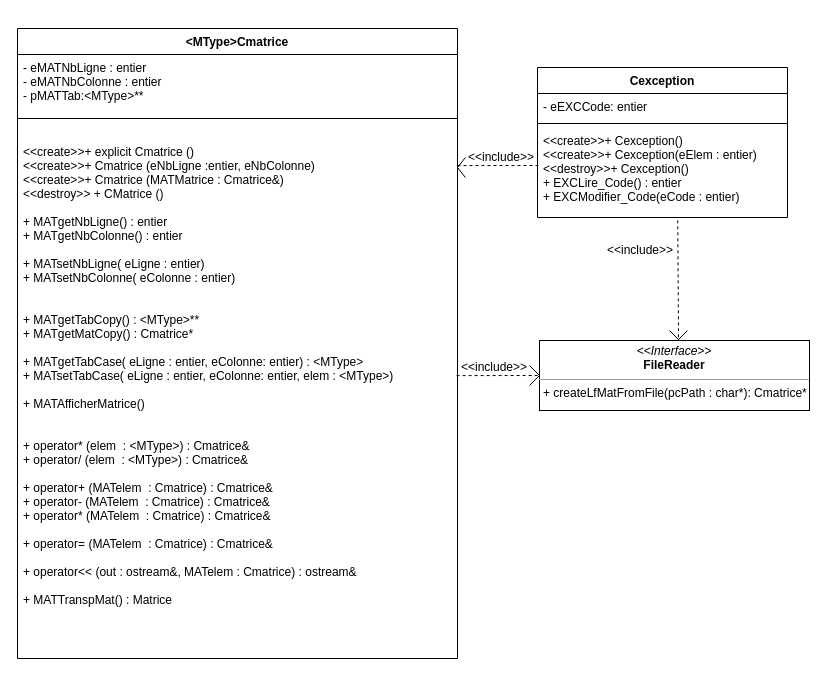
Before: ClassDiagram.drawio in Banalian/ProjetTutCpp, a draw.io diagram. Source tidied: cells renumbered, new cells numbered last; positions are measured from the earlier drawing's top-left corner, leaving out a move shared by most shapes. Both pictures are drawn from the tidied source at 100%, with x=0, y=0 at pixel (17, 28).
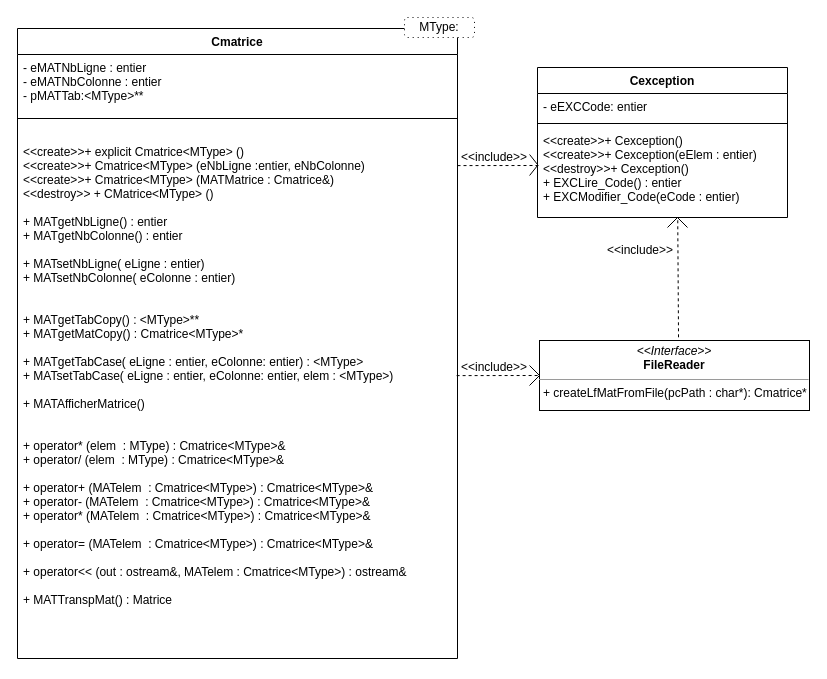
The same diagram, later.

Unchanged cells that the change refers to:
```xml
<mxCell id="6" value="Cexception" style="swimlane;fontStyle=1;align=center;verticalAlign=top;horizontal=1;startSize=26;" parent="1" vertex="1">
  <mxGeometry x="520" y="39" width="250" height="150" as="geometry" />
</mxCell>
```

Change to the diagram source:
```diff
@@
-    <mxCell id="2" value="&lt;MType&gt;Cmatrice" style="swimlane;fontStyle=1;align=center;verticalAlign=top;horizontal=1;startSize=26;" parent="1" vertex="1">
+    <mxCell id="2" value="Cmatrice" style="swimlane;fontStyle=1;align=center;verticalAlign=top;horizontal=1;startSize=26;" parent="1" vertex="1">
       <mxGeometry width="440" height="630" as="geometry" />
     </mxCell>
@@
-    <mxCell id="5" value="&lt;&lt;create&gt;&gt;+ explicit Cmatrice ()&#10;&lt;&lt;create&gt;&gt;+ Cmatrice (eNbLigne :entier, eNbColonne)&#10;&lt;&lt;create&gt;&gt;+ Cmatrice (MATMatrice : Cmatrice&amp;)&#10;&lt;&lt;destroy&gt;&gt; + CMatrice ()&#10;&#10;+ MATgetNbLigne() : entier&#10;+ MATgetNbColonne() : entier&#10;&#10;+ MATsetNbLigne( eLigne : entier)&#10;+ MATsetNbColonne( eColonne : entier)&#10;&#10;&#10;+ MATgetTabCopy() : &lt;MType&gt;**&#10;+ MATgetMatCopy() : Cmatrice*&#10;&#10;+ MATgetTabCase( eLigne : entier, eColonne: entier) : &lt;MType&gt;&#10;+ MATsetTabCase( eLigne : entier, eColonne: entier, elem : &lt;MType&gt;)&#10;&#10;+ MATAfficherMatrice()&#10;&#10;&#10;+ operator* (elem  : &lt;MType&gt;) : Cmatrice&amp;&#10;+ operator/ (elem  : &lt;MType&gt;) : Cmatrice&amp;&#10;&#10;+ operator+ (MATelem  : Cmatrice) : Cmatrice&amp;&#10;+ operator- (MATelem  : Cmatrice) : Cmatrice&amp;&#10;+ operator* (MATelem  : Cmatrice) : Cmatrice&amp;&#10;&#10;+ operator= (MATelem  : Cmatrice) : Cmatrice&amp;&#10;&#10;+ operator&lt;&lt; (out : ostream&amp;, MATelem : Cmatrice) : ostream&amp;&#10;&#10;+ MATTranspMat() : Matrice&#10;" style="text;strokeColor=none;fillColor=none;align=left;verticalAlign=top;spacingLeft=4;spacingRight=4;overflow=hidden;points=[[0,0.5],[1,0.5]];portConstraint=eastwest;" parent="2" vertex="1">
+    <mxCell id="5" value="&lt;&lt;create&gt;&gt;+ explicit Cmatrice&lt;MType&gt; ()&#10;&lt;&lt;create&gt;&gt;+ Cmatrice&lt;MType&gt; (eNbLigne :entier, eNbColonne)&#10;&lt;&lt;create&gt;&gt;+ Cmatrice&lt;MType&gt; (MATMatrice : Cmatrice&amp;)&#10;&lt;&lt;destroy&gt;&gt; + CMatrice&lt;MType&gt; ()&#10;&#10;+ MATgetNbLigne() : entier&#10;+ MATgetNbColonne() : entier&#10;&#10;+ MATsetNbLigne( eLigne : entier)&#10;+ MATsetNbColonne( eColonne : entier)&#10;&#10;&#10;+ MATgetTabCopy() : &lt;MType&gt;**&#10;+ MATgetMatCopy() : Cmatrice&lt;MType&gt;*&#10;&#10;+ MATgetTabCase( eLigne : entier, eColonne: entier) : &lt;MType&gt;&#10;+ MATsetTabCase( eLigne : entier, eColonne: entier, elem : &lt;MType&gt;)&#10;&#10;+ MATAfficherMatrice()&#10;&#10;&#10;+ operator* (elem  : MType) : Cmatrice&lt;MType&gt;&amp;&#10;+ operator/ (elem  : MType) : Cmatrice&lt;MType&gt;&amp;&#10;&#10;+ operator+ (MATelem  : Cmatrice&lt;MType&gt;) : Cmatrice&lt;MType&gt;&amp;&#10;+ operator- (MATelem  : Cmatrice&lt;MType&gt;) : Cmatrice&lt;MType&gt;&amp;&#10;+ operator* (MATelem  : Cmatrice&lt;MType&gt;) : Cmatrice&lt;MType&gt;&amp;&#10;&#10;+ operator= (MATelem  : Cmatrice&lt;MType&gt;) : Cmatrice&lt;MType&gt;&amp;&#10;&#10;+ operator&lt;&lt; (out : ostream&amp;, MATelem : Cmatrice&lt;MType&gt;) : ostream&amp;&#10;&#10;+ MATTranspMat() : Matrice&#10;" style="text;strokeColor=none;fillColor=none;align=left;verticalAlign=top;spacingLeft=4;spacingRight=4;overflow=hidden;points=[[0,0.5],[1,0.5]];portConstraint=eastwest;" parent="2" vertex="1">
       <mxGeometry y="110" width="440" height="520" as="geometry" />
     </mxCell>
@@
+    <mxCell id="22" style="endArrow=none;html=1;" parent="6" edge="1">
+      <mxGeometry relative="1" as="geometry">
+        <mxPoint x="140" y="150" as="sourcePoint" />
+        <mxPoint x="130" y="160" as="targetPoint" />
+      </mxGeometry>
+    </mxCell>
@@
     <mxCell id="16" value="&amp;lt;&amp;lt;include&amp;gt;&amp;gt;" style="text;html=1;strokeColor=none;fillColor=none;align=center;verticalAlign=middle;whiteSpace=wrap;rounded=0;" parent="1" vertex="1">
-      <mxGeometry x="463.9" y="119" width="40" height="20" as="geometry" />
+      <mxGeometry x="456.9" y="119" width="40" height="20" as="geometry" />
     </mxCell>
     <mxCell id="17" style="endArrow=none;html=1;" parent="1" edge="1">
       <mxGeometry relative="1" as="geometry">
-        <mxPoint x="447.9" y="129" as="sourcePoint" />
-        <mxPoint x="440" y="139" as="targetPoint" />
+        <mxPoint x="520" y="137" as="sourcePoint" />
+        <mxPoint x="512.1" y="147" as="targetPoint" />
       </mxGeometry>
     </mxCell>
     <mxCell id="18" style="endArrow=none;html=1;" parent="1" edge="1">
       <mxGeometry relative="1" as="geometry">
-        <mxPoint x="440" y="139" as="sourcePoint" />
-        <mxPoint x="447.9" y="149" as="targetPoint" />
+        <mxPoint x="512.1" y="126" as="sourcePoint" />
+        <mxPoint x="520" y="136" as="targetPoint" />
       </mxGeometry>
     </mxCell>
@@
     <mxCell id="21" style="endArrow=none;html=1;" parent="1" edge="1">
       <mxGeometry relative="1" as="geometry">
-        <mxPoint x="652" y="302" as="sourcePoint" />
-        <mxPoint x="662" y="312" as="targetPoint" />
+        <mxPoint x="660" y="189" as="sourcePoint" />
+        <mxPoint x="670" y="199" as="targetPoint" />
       </mxGeometry>
     </mxCell>
-    <mxCell id="22" style="endArrow=none;html=1;" parent="1" edge="1">
-      <mxGeometry relative="1" as="geometry">
-        <mxPoint x="670" y="302" as="sourcePoint" />
-        <mxPoint x="660" y="312" as="targetPoint" />
-      </mxGeometry>
-    </mxCell>
+    <mxCell id="23" value="MType:" style="shape=ext;rounded=1;html=1;whiteSpace=wrap;dashed=1;dashPattern=1 4;" parent="1" vertex="1">
+      <mxGeometry x="387" y="-11" width="70" height="20" as="geometry" />
+    </mxCell>
```
